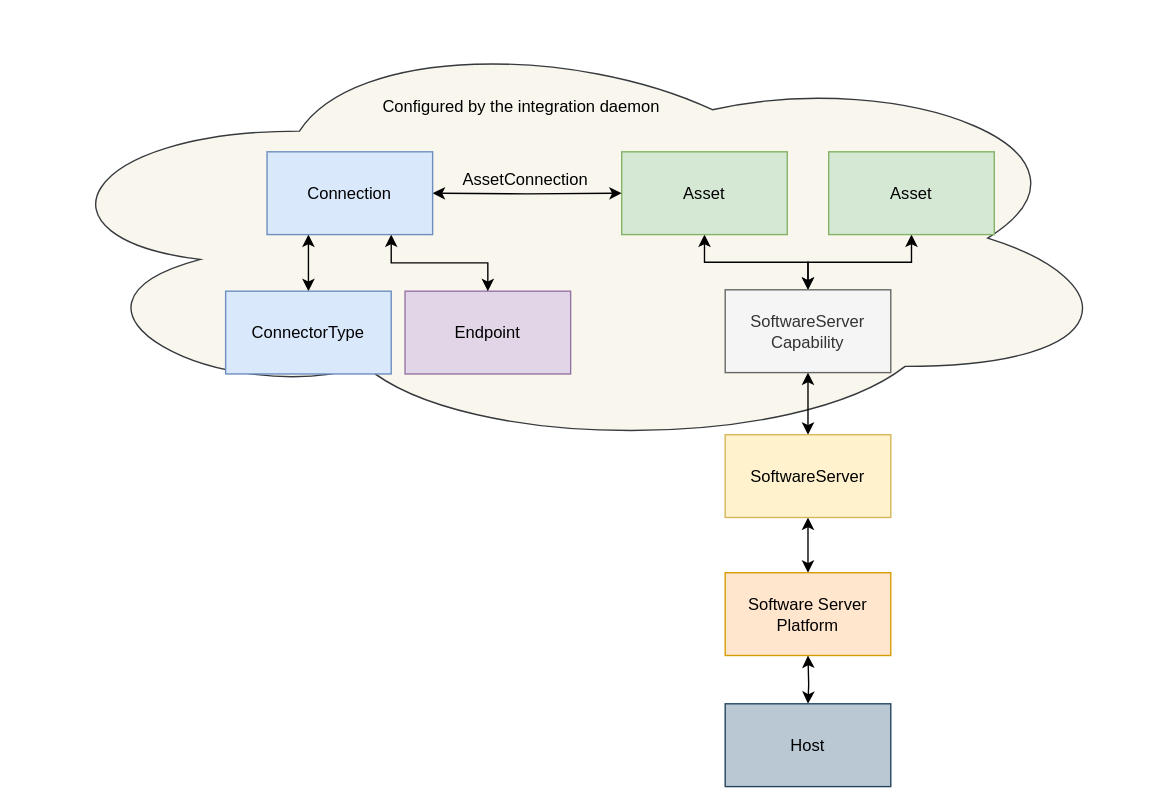
The draw.io diagram page "software-capabilities" (9 of 16) of site/docs/services/omas/it-infrastructure/it-infrastructure-omas.drawio in odpi/egeria-docs, before the edit. Source tidied: cells renumbered, new cells numbered last; positions are measured from the earlier drawing's top-left corner, leaving out a move shared by most shapes. Both pictures are drawn from the tidied source at 138%, with x=0, y=0 at pixel (23, 23).
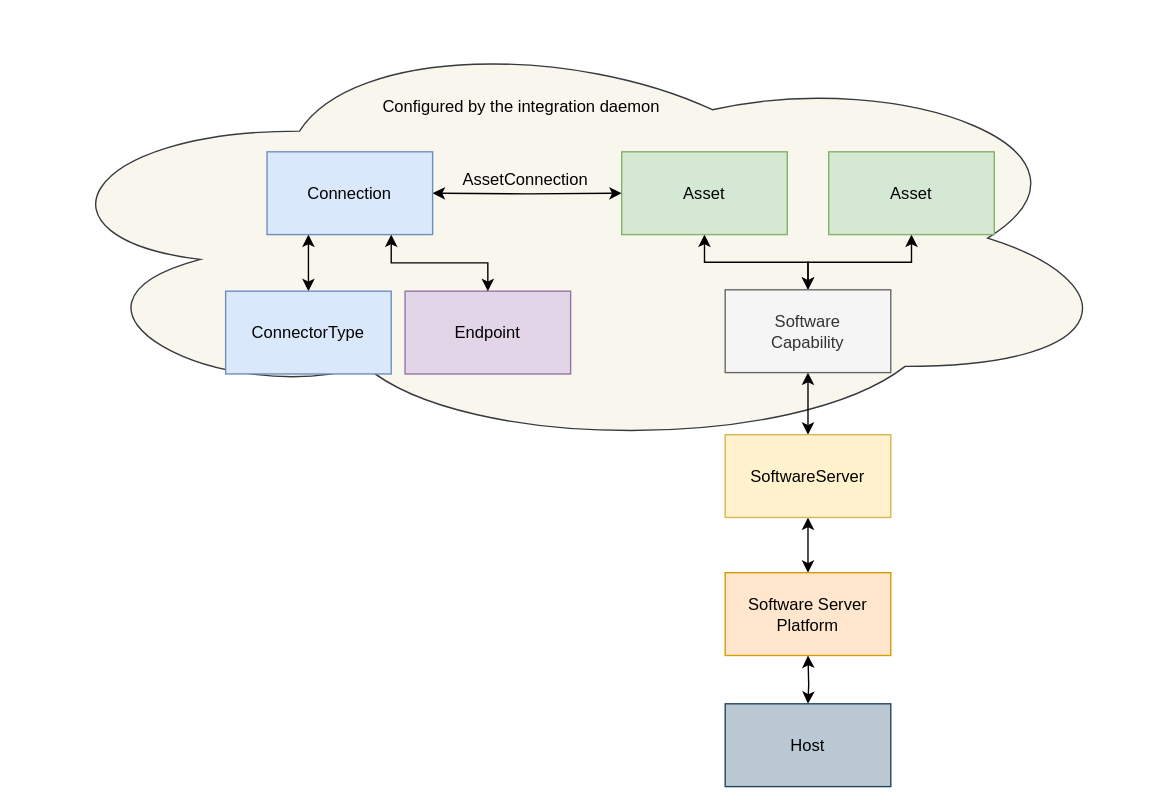
The same page after the edit.

The edit, as a diff of the source:
```diff
@@
-    <mxCell id="9" value="SoftwareServer&lt;br&gt;Capability" style="rounded=0;whiteSpace=wrap;html=1;align=center;fillColor=#f5f5f5;strokeColor=#666666;fontColor=#333333;" parent="1" vertex="1">
+    <mxCell id="9" value="Software&lt;br&gt;Capability" style="rounded=0;whiteSpace=wrap;html=1;align=center;fillColor=#f5f5f5;strokeColor=#666666;fontColor=#333333;" parent="1" vertex="1">
       <mxGeometry x="508" y="192.5" width="120" height="60" as="geometry" />
     </mxCell>
```
